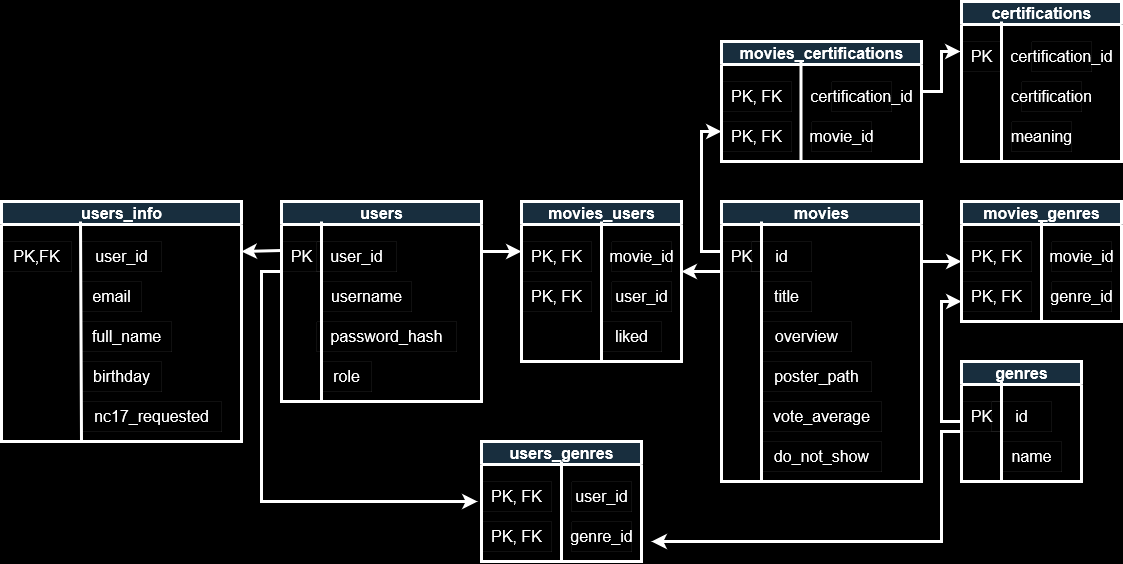
This is docs/WeWatchWhat.drawio.png from quinn-ochoa/movie-recommendations-app, a draw.io export, as it was before one commit. Source tidied: cells renumbered, new cells last; positions are measured from the earlier drawing's top-left corner, leaving out a move shared by most shapes.
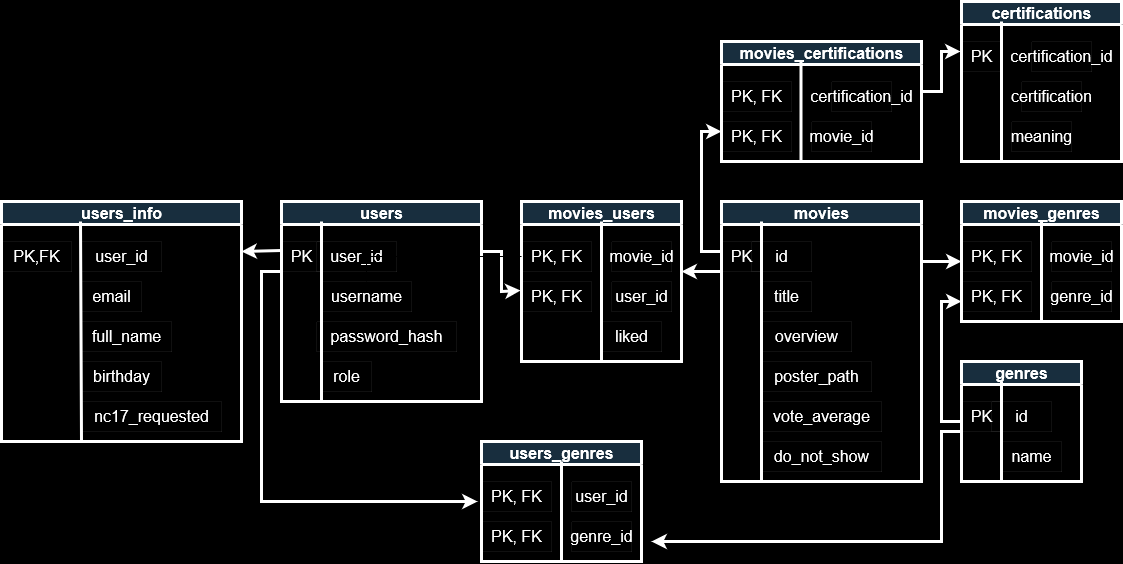
Above is the later version.

The edit, as a diff of the source:
```diff
@@ -264,9 +264,12 @@
         <mxPoint x="600" y="220" as="targetPoint" />
       </mxGeometry>
     </mxCell>
-    <mxCell id="69" style="endArrow=classic;html=1;rounded=0;strokeColor=#FFFFFF;strokeWidth=3;exitX=1;exitY=0.25;exitDx=0;exitDy=0;" parent="1" edge="1" source="11">
+    <mxCell id="69" style="endArrow=classic;html=1;rounded=0;strokeColor=#FFFFFF;strokeWidth=3;exitX=1;exitY=0.25;exitDx=0;exitDy=0;entryX=-0.014;entryY=0.3;entryDx=0;entryDy=0;entryPerimeter=0;" parent="1" edge="1" source="11" target="65">
       <mxGeometry relative="1" as="geometry">
-        <mxPoint x="520" y="250" as="targetPoint" />
+        <Array as="points">
+          <mxPoint x="500" y="250" />
+          <mxPoint x="500" y="290" />
+        </Array>
       </mxGeometry>
     </mxCell>
     <mxCell id="70" style="endArrow=classic;html=1;rounded=0;strokeColor=#FFFFFF;strokeWidth=3;exitX=0;exitY=0.25;exitDx=0;exitDy=0;" parent="1" edge="1" source="2">
@@ -274,5 +277,8 @@
         <mxPoint x="680" y="270" as="targetPoint" />
       </mxGeometry>
     </mxCell>
+    <mxCell id="71" style="edgeStyle=orthogonalEdgeStyle;rounded=0;jettySize=auto;html=1;" parent="1" edge="1" source="63" target="14">
+      <mxGeometry relative="1" as="geometry" />
+    </mxCell>
   </root>
 </mxGraphModel>
```
